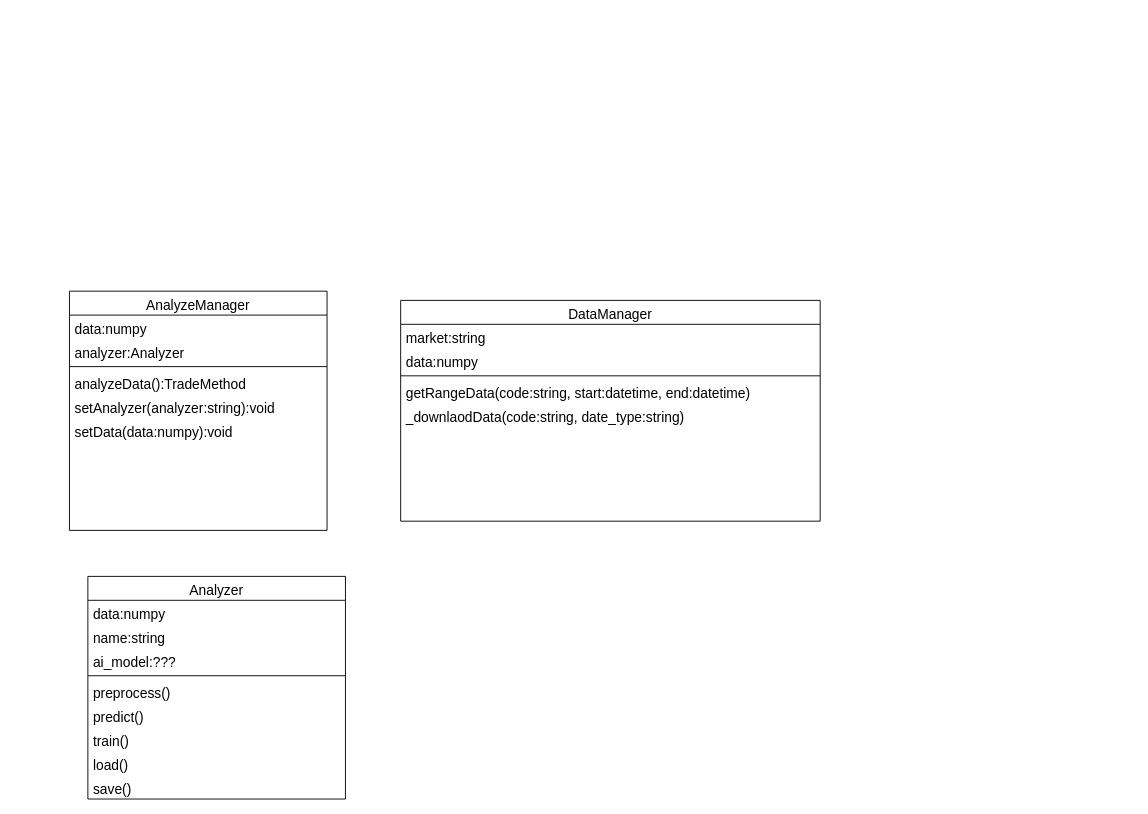
Above: ClassDiagram.drawio in ben3329/aistock (draw.io), before the change. Source tidied: cells renumbered, new cells numbered last; positions are measured from the earlier drawing's top-left corner, leaving out a move shared by most shapes. Both pictures are drawn from the tidied source at 92%, with x=0, y=0 at pixel (69, 291).
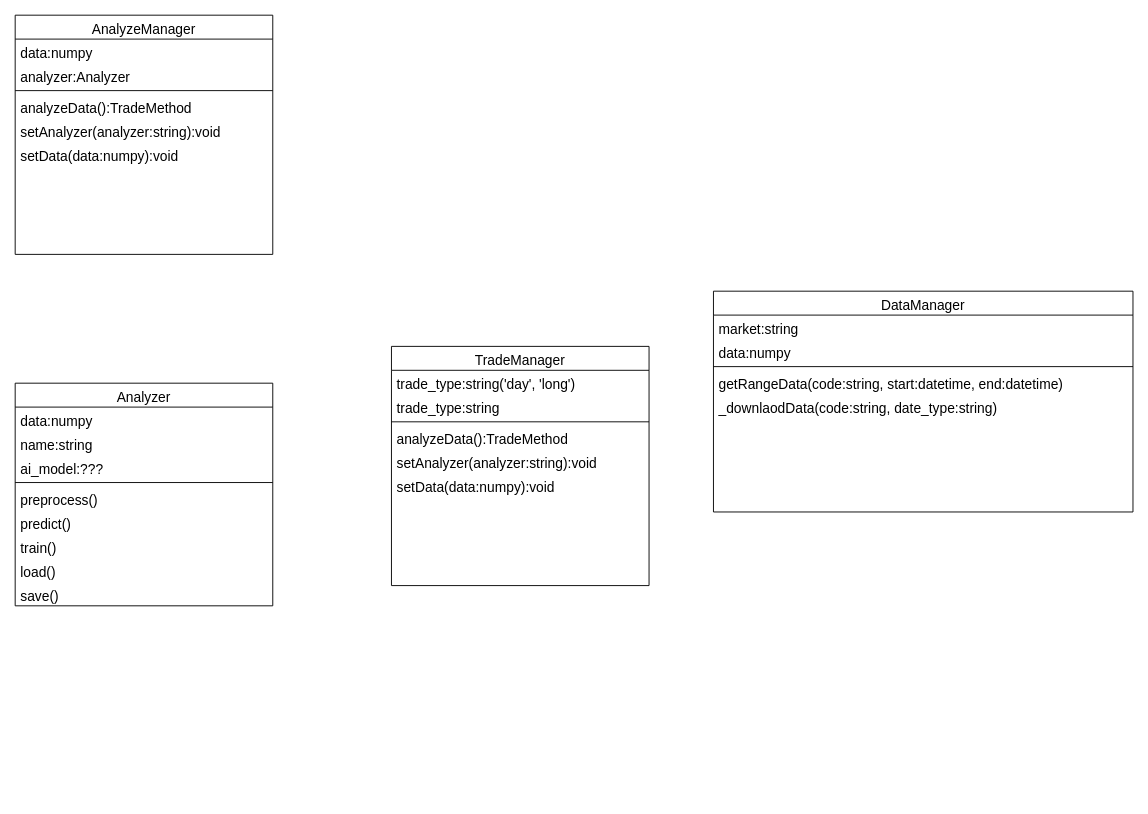
After the change.

Diff of the diagram source:
```diff
@@
     <mxCell id="2" value="AnalyzeManager" style="swimlane;fontStyle=0;align=center;verticalAlign=top;horizontal=1;startSize=26;rounded=0;shadow=0;strokeWidth=1;fontSize=15;" parent="1" vertex="1">
-      <mxGeometry width="280" height="260" as="geometry" />
+      <mxGeometry x="-59" y="-300" width="280" height="260" as="geometry" />
     </mxCell>
@@
     <mxCell id="9" value="DataManager" style="swimlane;fontStyle=0;align=center;verticalAlign=top;horizontal=1;startSize=26;rounded=0;shadow=0;strokeWidth=1;fontSize=15;" parent="1" vertex="1">
-      <mxGeometry x="360" y="10" width="456" height="240" as="geometry" />
+      <mxGeometry x="700" width="456" height="240" as="geometry" />
     </mxCell>
@@
     <mxCell id="15" value="Analyzer" style="swimlane;fontStyle=0;align=center;verticalAlign=top;horizontal=1;startSize=26;rounded=0;shadow=0;strokeWidth=1;fontSize=15;" parent="1" vertex="1">
-      <mxGeometry x="20" y="310" width="280" height="242" as="geometry" />
+      <mxGeometry x="-59" y="100" width="280" height="242" as="geometry" />
     </mxCell>
@@
+    <mxCell id="25" value="TradeManager" style="swimlane;fontStyle=0;align=center;verticalAlign=top;horizontal=1;startSize=26;rounded=0;shadow=0;strokeWidth=1;fontSize=15;" parent="1" vertex="1">
+      <mxGeometry x="350" y="60" width="280" height="260" as="geometry" />
+    </mxCell>
+    <mxCell id="26" value="trade_type:string('day', 'long')" style="text;align=left;verticalAlign=top;spacingLeft=4;spacingRight=4;overflow=hidden;fontSize=15;" parent="25" vertex="1">
+      <mxGeometry y="26" width="280" height="26" as="geometry" />
+    </mxCell>
+    <mxCell id="27" value="trade_type:string" style="text;align=left;verticalAlign=top;spacingLeft=4;spacingRight=4;overflow=hidden;fontSize=15;" parent="25" vertex="1">
+      <mxGeometry y="52" width="280" height="26" as="geometry" />
+    </mxCell>
+    <mxCell id="28" style="line;html=1;strokeWidth=1;align=left;verticalAlign=middle;spacingTop=-1;spacingLeft=3;spacingRight=3;labelPosition=right;fontSize=15;" parent="25" vertex="1">
+      <mxGeometry y="78" width="280" height="8" as="geometry" />
+    </mxCell>
+    <mxCell id="29" value="analyzeData():TradeMethod" style="text;align=left;verticalAlign=top;spacingLeft=4;spacingRight=4;overflow=hidden;fontSize=15;" parent="25" vertex="1">
+      <mxGeometry y="86" width="280" height="26" as="geometry" />
+    </mxCell>
+    <mxCell id="30" value="setAnalyzer(analyzer:string):void" style="text;align=left;verticalAlign=top;spacingLeft=4;spacingRight=4;overflow=hidden;rounded=0;shadow=0;html=0;fontSize=15;" parent="25" vertex="1">
+      <mxGeometry y="112" width="280" height="26" as="geometry" />
+    </mxCell>
+    <mxCell id="31" value="setData(data:numpy):void" style="text;align=left;verticalAlign=top;spacingLeft=4;spacingRight=4;overflow=hidden;rounded=0;shadow=0;html=0;fontSize=15;" parent="25" vertex="1">
+      <mxGeometry y="138" width="280" height="120" as="geometry" />
+    </mxCell>
```
